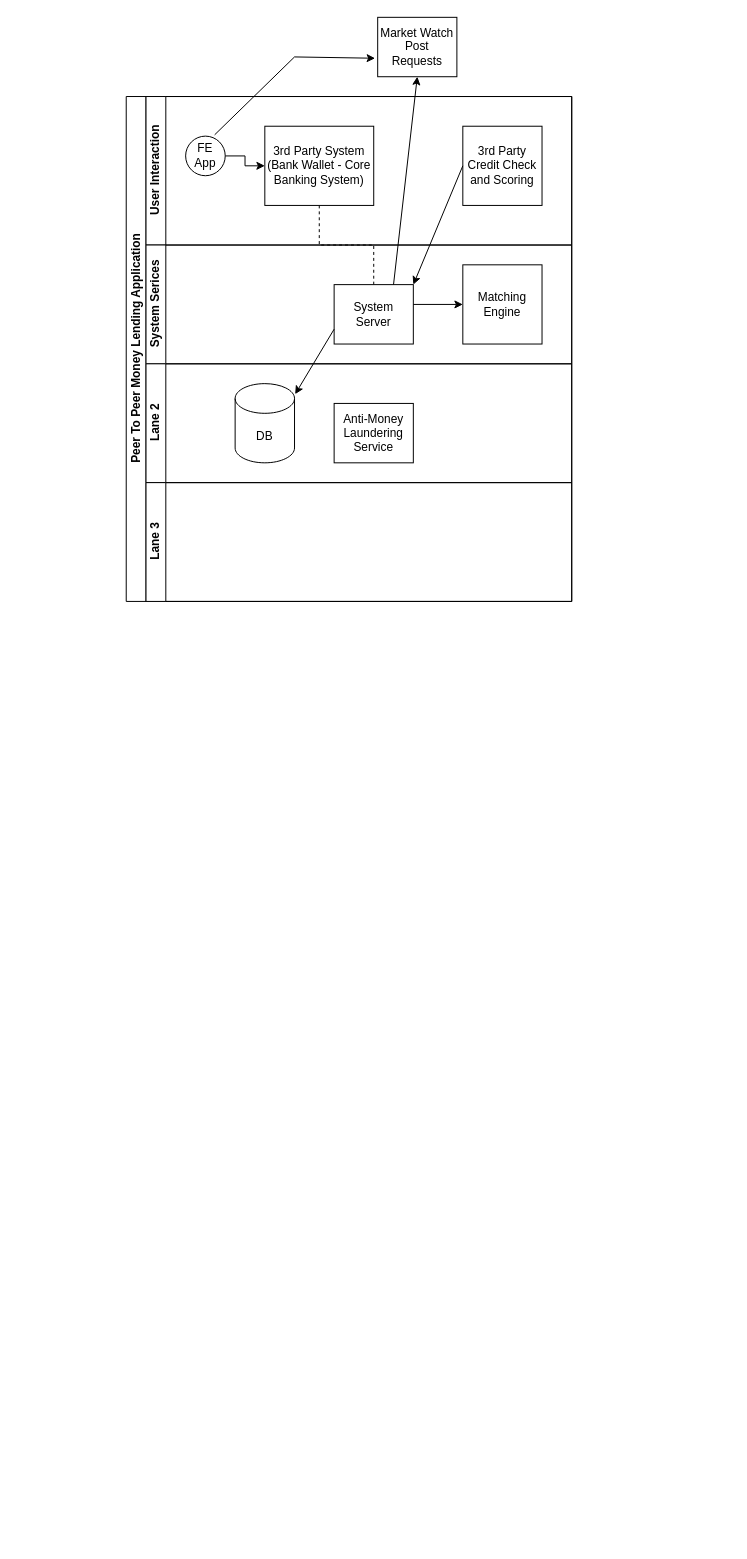
Above: src/P2P.drawio in marlonmilesmg/maven-marlon (draw.io), before the change. Source tidied: cells renumbered, new cells numbered last; positions are measured from the earlier drawing's top-left corner, leaving out a move shared by most shapes. Both pictures are drawn from the tidied source at 99%, with x=0, y=0 at pixel (126, 17).
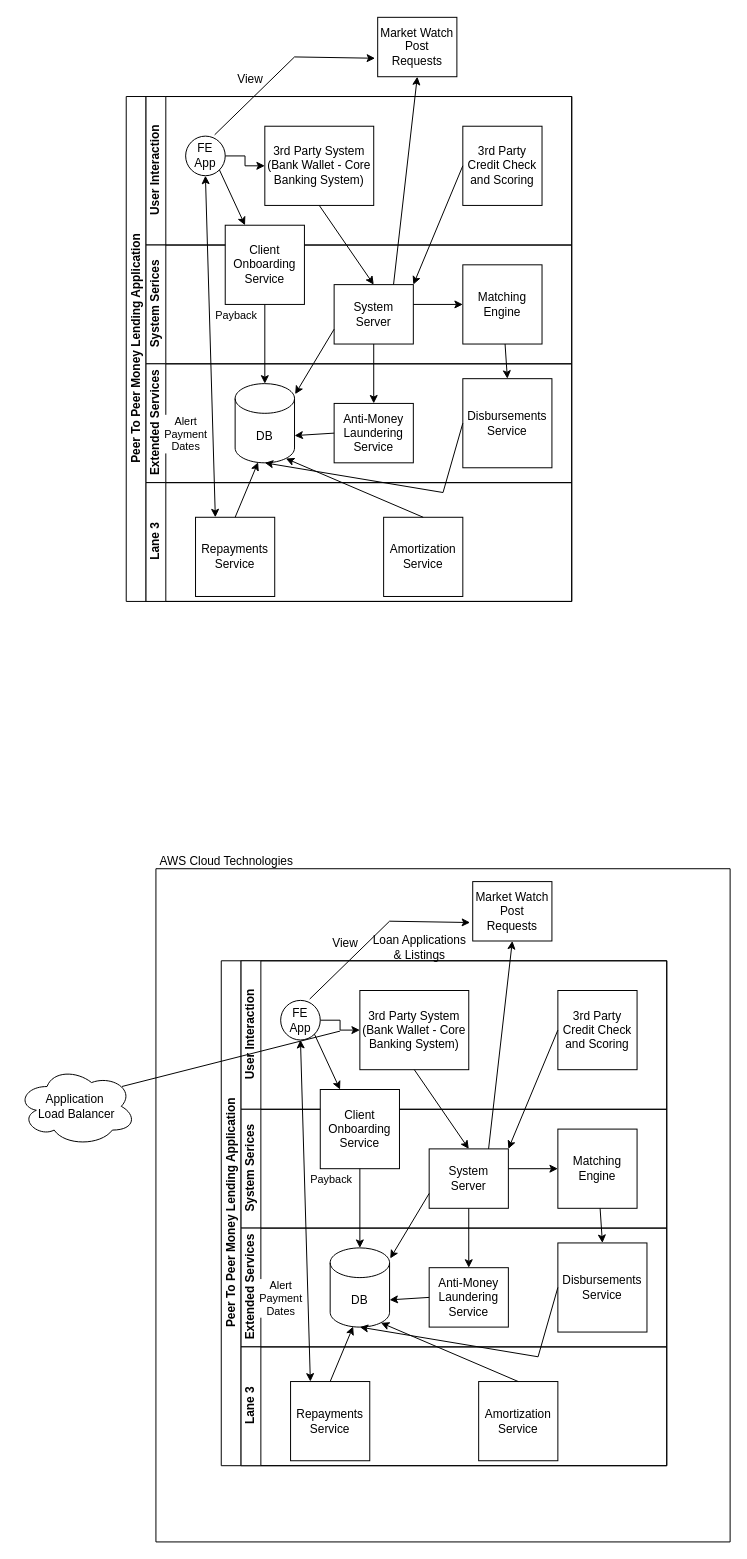
The same diagram, later.

The change refers to these unchanged cells:
```xml
<mxCell id="2" value="Peer To Peer Money Lending Application" style="swimlane;html=1;horizontal=0;startSize=20;" parent="1" vertex="1">
  <mxGeometry y="80" width="450" height="510" as="geometry" />
</mxCell>
<mxCell id="6" value="FE&lt;br&gt;App" style="ellipse;whiteSpace=wrap;html=1;" parent="4" vertex="1">
  <mxGeometry x="40" y="40" width="40" height="40" as="geometry" />
</mxCell>
<mxCell id="7" value="3rd Party System (Bank Wallet - Core Banking System)" style="rounded=0;whiteSpace=wrap;html=1;fontFamily=Helvetica;fontSize=12;fontColor=#000000;align=center;" parent="4" vertex="1">
  <mxGeometry x="120" y="30" width="110" height="80" as="geometry" />
</mxCell>
<mxCell id="9" value="System Serices" style="swimlane;html=1;startSize=20;horizontal=0;" parent="2" vertex="1">
  <mxGeometry x="20" y="150" width="430" height="120" as="geometry" />
</mxCell>
<mxCell id="10" value="System Server" style="rounded=0;whiteSpace=wrap;html=1;fontFamily=Helvetica;fontSize=12;fontColor=#000000;align=center;" parent="9" vertex="1">
  <mxGeometry x="190" y="40" width="80" height="60" as="geometry" />
</mxCell>
<mxCell id="11" value="Matching Engine" style="whiteSpace=wrap;html=1;" parent="9" vertex="1">
  <mxGeometry x="320" y="20" width="80" height="80" as="geometry" />
</mxCell>
<mxCell id="14" value="Anti-Money Laundering Service" style="rounded=0;whiteSpace=wrap;html=1;fontFamily=Helvetica;fontSize=12;fontColor=#000000;align=center;" parent="13" vertex="1">
  <mxGeometry x="190" y="40" width="80" height="60" as="geometry" />
</mxCell>
<mxCell id="15" value="DB" style="shape=cylinder3;whiteSpace=wrap;html=1;boundedLbl=1;backgroundOutline=1;size=15;" parent="13" vertex="1">
  <mxGeometry x="90" y="20" width="60" height="80" as="geometry" />
</mxCell>
<mxCell id="16" value="Lane 3" style="swimlane;html=1;startSize=20;horizontal=0;" parent="2" vertex="1">
  <mxGeometry x="20" y="390" width="430" height="120" as="geometry" />
</mxCell>
```

What changed in the source:
```diff
@@
-    <mxCell id="3" style="edgeStyle=orthogonalEdgeStyle;rounded=0;jettySize=auto;html=1;dashed=1;endArrow=none;endFill=0;" parent="2" edge="1" source="7" target="10">
-      <mxGeometry relative="1" as="geometry" />
-    </mxCell>
@@
+    <mxCell id="22" value="Client Onboarding&lt;br&gt;Service" style="whiteSpace=wrap;html=1;" parent="9" vertex="1">
+      <mxGeometry x="80" y="-20" width="80" height="80" as="geometry" />
+    </mxCell>
-    <mxCell id="13" value="Lane 2" style="swimlane;html=1;startSize=20;horizontal=0;" parent="2" vertex="1">
+    <mxCell id="13" value="Extended Services" style="swimlane;html=1;startSize=20;horizontal=0;" parent="2" vertex="1">
       <mxGeometry x="20" y="270" width="430" height="120" as="geometry" />
     </mxCell>
@@
+    <mxCell id="23" value="Disbursements&lt;br&gt;Service" style="whiteSpace=wrap;html=1;" parent="13" vertex="1">
+      <mxGeometry x="320" y="15" width="90" height="90" as="geometry" />
+    </mxCell>
+    <mxCell id="24" style="endArrow=classic;html=1;rounded=0;exitX=0;exitY=0.5;exitDx=0;exitDy=0;entryX=1;entryY=0;entryDx=0;entryDy=52.5;entryPerimeter=0;" parent="13" edge="1" source="14" target="15">
+      <mxGeometry relative="1" as="geometry" />
+    </mxCell>
+    <mxCell id="25" style="endArrow=classic;html=1;rounded=0;exitX=0;exitY=0.5;exitDx=0;exitDy=0;entryX=0.5;entryY=1;entryDx=0;entryDy=0;entryPerimeter=0;" parent="13" edge="1" source="23" target="15">
+      <mxGeometry relative="1" as="geometry">
+        <Array as="points">
+          <mxPoint x="300" y="130" />
+        </Array>
+      </mxGeometry>
+    </mxCell>
@@
+    <mxCell id="26" value="Amortization&lt;br&gt;Service" style="whiteSpace=wrap;html=1;" parent="16" vertex="1">
+      <mxGeometry x="240" y="35" width="80" height="80" as="geometry" />
+    </mxCell>
+    <mxCell id="27" value="Repayments&lt;br&gt;Service" style="whiteSpace=wrap;html=1;" parent="16" vertex="1">
+      <mxGeometry x="50" y="35" width="80" height="80" as="geometry" />
+    </mxCell>
@@
+    <mxCell id="3" style="endArrow=classic;html=1;rounded=0;exitX=0.5;exitY=1;exitDx=0;exitDy=0;entryX=0.5;entryY=0;entryDx=0;entryDy=0;" parent="2" edge="1" source="7" target="10">
+      <mxGeometry relative="1" as="geometry" />
+    </mxCell>
+    <mxCell id="28" style="endArrow=classic;html=1;rounded=0;exitX=0.5;exitY=1;exitDx=0;exitDy=0;entryX=0.5;entryY=0;entryDx=0;entryDy=0;" parent="2" edge="1" source="10" target="14">
+      <mxGeometry relative="1" as="geometry" />
+    </mxCell>
+    <mxCell id="29" style="endArrow=classic;html=1;rounded=0;entryX=0.5;entryY=0;entryDx=0;entryDy=0;" parent="2" edge="1" source="11" target="23">
+      <mxGeometry relative="1" as="geometry" />
+    </mxCell>
+    <mxCell id="30" style="endArrow=classic;html=1;rounded=0;exitX=0.5;exitY=0;exitDx=0;exitDy=0;entryX=0.855;entryY=1;entryDx=0;entryDy=-4.35;entryPerimeter=0;" parent="2" edge="1" source="26" target="15">
+      <mxGeometry relative="1" as="geometry" />
+    </mxCell>
+    <mxCell id="31" style="endArrow=classic;startArrow=classic;html=1;rounded=0;entryX=0.5;entryY=1;entryDx=0;entryDy=0;exitX=0.25;exitY=0;exitDx=0;exitDy=0;" parent="2" edge="1" source="27" target="6">
+      <mxGeometry relative="1" as="geometry" />
+    </mxCell>
+    <mxCell id="32" value="Payback" style="edgeLabel;html=1;align=center;verticalAlign=middle;" parent="31" vertex="1">
+      <mxGeometry x="0.18" y="1" relative="1" as="geometry">
+        <mxPoint x="27" y="-1" as="offset" />
+      </mxGeometry>
+    </mxCell>
+    <mxCell id="33" value="Alert&lt;br&gt;Payment&lt;br&gt;Dates" style="edgeLabel;html=1;align=center;verticalAlign=middle;" parent="31" vertex="1">
+      <mxGeometry x="0.04" relative="1" as="geometry">
+        <mxPoint x="-25" y="94" as="offset" />
+      </mxGeometry>
+    </mxCell>
+    <mxCell id="34" style="endArrow=classic;html=1;rounded=0;exitX=0.5;exitY=0;exitDx=0;exitDy=0;entryX=0.387;entryY=0.993;entryDx=0;entryDy=0;entryPerimeter=0;" parent="2" edge="1" source="27" target="15">
+      <mxGeometry relative="1" as="geometry" />
+    </mxCell>
+    <mxCell id="35" style="endArrow=classic;html=1;rounded=0;entryX=0.5;entryY=0;entryDx=0;entryDy=0;entryPerimeter=0;exitX=0.5;exitY=1;exitDx=0;exitDy=0;" parent="2" edge="1" source="22" target="15">
+      <mxGeometry relative="1" as="geometry" />
+    </mxCell>
+    <mxCell id="36" style="endArrow=classic;html=1;rounded=0;exitX=1;exitY=1;exitDx=0;exitDy=0;entryX=0.25;entryY=0;entryDx=0;entryDy=0;" parent="2" edge="1" source="6" target="22">
+      <mxGeometry relative="1" as="geometry" />
+    </mxCell>
@@
+    <mxCell id="37" value="View" style="text;html=1;align=center;verticalAlign=middle;strokeColor=none;fillColor=none;rotation=0;" parent="1" vertex="1">
+      <mxGeometry x="100" y="48" width="50" height="30" as="geometry" />
+    </mxCell>
+    <mxCell id="38" value="Peer To Peer Money Lending Application" style="swimlane;html=1;horizontal=0;startSize=20;" parent="1" vertex="1">
+      <mxGeometry x="96" y="953" width="450" height="510" as="geometry" />
+    </mxCell>
+    <mxCell id="39" value="User Interaction" style="swimlane;html=1;startSize=20;horizontal=0;" parent="38" vertex="1">
+      <mxGeometry x="20" width="430" height="150" as="geometry" />
+    </mxCell>
+    <mxCell id="40" style="edgeStyle=orthogonalEdgeStyle;rounded=0;jettySize=auto;html=1;" parent="39" edge="1" source="41" target="42">
+      <mxGeometry relative="1" as="geometry" />
+    </mxCell>
+    <mxCell id="41" value="FE&lt;br&gt;App" style="ellipse;whiteSpace=wrap;html=1;" parent="39" vertex="1">
+      <mxGeometry x="40" y="40" width="40" height="40" as="geometry" />
+    </mxCell>
+    <mxCell id="42" value="3rd Party System (Bank Wallet - Core Banking System)" style="rounded=0;whiteSpace=wrap;html=1;fontFamily=Helvetica;fontSize=12;fontColor=#000000;align=center;" parent="39" vertex="1">
+      <mxGeometry x="120" y="30" width="110" height="80" as="geometry" />
+    </mxCell>
+    <mxCell id="43" value="3rd Party Credit Check and Scoring" style="whiteSpace=wrap;html=1;" parent="39" vertex="1">
+      <mxGeometry x="320" y="30" width="80" height="80" as="geometry" />
+    </mxCell>
+    <mxCell id="44" value="System Serices" style="swimlane;html=1;startSize=20;horizontal=0;" parent="38" vertex="1">
+      <mxGeometry x="20" y="150" width="430" height="120" as="geometry" />
+    </mxCell>
+    <mxCell id="45" value="System Server" style="rounded=0;whiteSpace=wrap;html=1;fontFamily=Helvetica;fontSize=12;fontColor=#000000;align=center;" parent="44" vertex="1">
+      <mxGeometry x="190" y="40" width="80" height="60" as="geometry" />
+    </mxCell>
+    <mxCell id="46" value="Matching Engine" style="whiteSpace=wrap;html=1;" parent="44" vertex="1">
+      <mxGeometry x="320" y="20" width="80" height="80" as="geometry" />
+    </mxCell>
+    <mxCell id="47" style="endArrow=classic;html=1;rounded=0;entryX=0;entryY=0.5;entryDx=0;entryDy=0;" parent="44" edge="1" target="46">
+      <mxGeometry relative="1" as="geometry">
+        <mxPoint x="270" y="60" as="sourcePoint" />
+      </mxGeometry>
+    </mxCell>
+    <mxCell id="48" value="Client Onboarding&lt;br&gt;Service" style="whiteSpace=wrap;html=1;" parent="44" vertex="1">
+      <mxGeometry x="80" y="-20" width="80" height="80" as="geometry" />
+    </mxCell>
+    <mxCell id="49" value="Extended Services" style="swimlane;html=1;startSize=20;horizontal=0;" parent="38" vertex="1">
+      <mxGeometry x="20" y="270" width="430" height="120" as="geometry" />
+    </mxCell>
+    <mxCell id="50" value="Anti-Money Laundering Service" style="rounded=0;whiteSpace=wrap;html=1;fontFamily=Helvetica;fontSize=12;fontColor=#000000;align=center;" parent="49" vertex="1">
+      <mxGeometry x="190" y="40" width="80" height="60" as="geometry" />
+    </mxCell>
+    <mxCell id="51" value="DB" style="shape=cylinder3;whiteSpace=wrap;html=1;boundedLbl=1;backgroundOutline=1;size=15;" parent="49" vertex="1">
+      <mxGeometry x="90" y="20" width="60" height="80" as="geometry" />
+    </mxCell>
+    <mxCell id="52" value="Disbursements&lt;br&gt;Service" style="whiteSpace=wrap;html=1;" parent="49" vertex="1">
+      <mxGeometry x="320" y="15" width="90" height="90" as="geometry" />
+    </mxCell>
+    <mxCell id="53" style="endArrow=classic;html=1;rounded=0;exitX=0;exitY=0.5;exitDx=0;exitDy=0;entryX=1;entryY=0;entryDx=0;entryDy=52.5;entryPerimeter=0;" parent="49" edge="1" source="50" target="51">
+      <mxGeometry relative="1" as="geometry" />
+    </mxCell>
+    <mxCell id="54" style="endArrow=classic;html=1;rounded=0;exitX=0;exitY=0.5;exitDx=0;exitDy=0;entryX=0.5;entryY=1;entryDx=0;entryDy=0;entryPerimeter=0;" parent="49" edge="1" source="52" target="51">
+      <mxGeometry relative="1" as="geometry">
+        <Array as="points">
+          <mxPoint x="300" y="130" />
+        </Array>
+      </mxGeometry>
+    </mxCell>
+    <mxCell id="55" value="Lane 3" style="swimlane;html=1;startSize=20;horizontal=0;" parent="38" vertex="1">
+      <mxGeometry x="20" y="390" width="430" height="120" as="geometry" />
+    </mxCell>
+    <mxCell id="56" value="Amortization&lt;br&gt;Service" style="whiteSpace=wrap;html=1;" parent="55" vertex="1">
+      <mxGeometry x="240" y="35" width="80" height="80" as="geometry" />
+    </mxCell>
+    <mxCell id="57" value="Repayments&lt;br&gt;Service" style="whiteSpace=wrap;html=1;" parent="55" vertex="1">
+      <mxGeometry x="50" y="35" width="80" height="80" as="geometry" />
+    </mxCell>
+    <mxCell id="58" style="endArrow=classic;html=1;rounded=0;exitX=0;exitY=0.75;exitDx=0;exitDy=0;entryX=1.011;entryY=0.133;entryDx=0;entryDy=0;entryPerimeter=0;" parent="38" edge="1" source="45" target="51">
+      <mxGeometry relative="1" as="geometry" />
+    </mxCell>
+    <mxCell id="59" style="endArrow=classic;html=1;rounded=0;exitX=0;exitY=0.5;exitDx=0;exitDy=0;entryX=1;entryY=0;entryDx=0;entryDy=0;" parent="38" edge="1" source="43" target="45">
+      <mxGeometry relative="1" as="geometry" />
+    </mxCell>
+    <mxCell id="60" style="endArrow=classic;html=1;rounded=0;exitX=0.5;exitY=1;exitDx=0;exitDy=0;entryX=0.5;entryY=0;entryDx=0;entryDy=0;" parent="38" edge="1" source="42" target="45">
+      <mxGeometry relative="1" as="geometry" />
+    </mxCell>
+    <mxCell id="61" style="endArrow=classic;html=1;rounded=0;exitX=0.5;exitY=1;exitDx=0;exitDy=0;entryX=0.5;entryY=0;entryDx=0;entryDy=0;" parent="38" edge="1" source="45" target="50">
+      <mxGeometry relative="1" as="geometry" />
+    </mxCell>
+    <mxCell id="62" style="endArrow=classic;html=1;rounded=0;entryX=0.5;entryY=0;entryDx=0;entryDy=0;" parent="38" edge="1" source="46" target="52">
+      <mxGeometry relative="1" as="geometry" />
+    </mxCell>
+    <mxCell id="63" style="endArrow=classic;html=1;rounded=0;exitX=0.5;exitY=0;exitDx=0;exitDy=0;entryX=0.855;entryY=1;entryDx=0;entryDy=-4.35;entryPerimeter=0;" parent="38" edge="1" source="56" target="51">
+      <mxGeometry relative="1" as="geometry" />
+    </mxCell>
+    <mxCell id="64" style="endArrow=classic;startArrow=classic;html=1;rounded=0;entryX=0.5;entryY=1;entryDx=0;entryDy=0;exitX=0.25;exitY=0;exitDx=0;exitDy=0;" parent="38" edge="1" source="57" target="41">
+      <mxGeometry relative="1" as="geometry" />
+    </mxCell>
+    <mxCell id="65" value="Payback" style="edgeLabel;html=1;align=center;verticalAlign=middle;" parent="64" vertex="1">
+      <mxGeometry x="0.18" y="1" relative="1" as="geometry">
+        <mxPoint x="27" y="-1" as="offset" />
+      </mxGeometry>
+    </mxCell>
+    <mxCell id="66" value="Alert&lt;br&gt;Payment&lt;br&gt;Dates" style="edgeLabel;html=1;align=center;verticalAlign=middle;" parent="64" vertex="1">
+      <mxGeometry x="0.04" relative="1" as="geometry">
+        <mxPoint x="-25" y="94" as="offset" />
+      </mxGeometry>
+    </mxCell>
+    <mxCell id="67" style="endArrow=classic;html=1;rounded=0;exitX=0.5;exitY=0;exitDx=0;exitDy=0;entryX=0.387;entryY=0.993;entryDx=0;entryDy=0;entryPerimeter=0;" parent="38" edge="1" source="57" target="51">
+      <mxGeometry relative="1" as="geometry" />
+    </mxCell>
+    <mxCell id="68" style="endArrow=classic;html=1;rounded=0;entryX=0.5;entryY=0;entryDx=0;entryDy=0;entryPerimeter=0;exitX=0.5;exitY=1;exitDx=0;exitDy=0;" parent="38" edge="1" source="48" target="51">
+      <mxGeometry relative="1" as="geometry" />
+    </mxCell>
+    <mxCell id="69" style="endArrow=classic;html=1;rounded=0;exitX=1;exitY=1;exitDx=0;exitDy=0;entryX=0.25;entryY=0;entryDx=0;entryDy=0;" parent="38" edge="1" source="41" target="48">
+      <mxGeometry relative="1" as="geometry" />
+    </mxCell>
+    <mxCell id="70" value="Market Watch&lt;br&gt;Post Requests" style="rounded=0;whiteSpace=wrap;html=1;fontFamily=Helvetica;fontSize=12;fontColor=#000000;align=center;" parent="1" vertex="1">
+      <mxGeometry x="350" y="873" width="80" height="60" as="geometry" />
+    </mxCell>
+    <mxCell id="71" style="endArrow=classic;html=1;rounded=0;exitX=0.733;exitY=-0.033;exitDx=0;exitDy=0;exitPerimeter=0;entryX=-0.033;entryY=0.689;entryDx=0;entryDy=0;entryPerimeter=0;" parent="1" edge="1" source="41" target="70">
+      <mxGeometry relative="1" as="geometry">
+        <Array as="points">
+          <mxPoint x="266" y="913" />
+        </Array>
+      </mxGeometry>
+    </mxCell>
+    <mxCell id="72" style="endArrow=classic;html=1;rounded=0;exitX=0.75;exitY=0;exitDx=0;exitDy=0;entryX=0.5;entryY=1;entryDx=0;entryDy=0;" parent="1" edge="1" source="45" target="70">
+      <mxGeometry relative="1" as="geometry" />
+    </mxCell>
+    <mxCell id="73" value="View" style="text;html=1;align=center;verticalAlign=middle;strokeColor=none;fillColor=none;rotation=0;" parent="1" vertex="1">
+      <mxGeometry x="196" y="921" width="50" height="30" as="geometry" />
+    </mxCell>
+    <mxCell id="74" style="swimlane;startSize=0;" parent="1" vertex="1">
+      <mxGeometry x="30" y="860" width="580" height="680" as="geometry" />
+    </mxCell>
+    <mxCell id="75" value="Loan Applications&lt;br&gt;&amp;amp; Listings" style="text;html=1;align=center;verticalAlign=middle;strokeColor=none;fillColor=none;" parent="74" vertex="1">
+      <mxGeometry x="206" y="60" width="120" height="40" as="geometry" />
+    </mxCell>
+    <mxCell id="76" value="AWS Cloud Technologies" style="text;html=1;align=center;verticalAlign=middle;strokeColor=none;fillColor=none;" parent="1" vertex="1">
+      <mxGeometry x="21" y="838" width="160" height="30" as="geometry" />
+    </mxCell>
+    <mxCell id="77" value="Application&amp;nbsp;&lt;br&gt;Load Balancer" style="ellipse;shape=cloud;whiteSpace=wrap;html=1;" parent="1" vertex="1">
+      <mxGeometry x="-110" y="1060" width="120" height="80" as="geometry" />
+    </mxCell>
+    <mxCell id="78" style="endArrow=none;html=1;rounded=0;exitX=0.88;exitY=0.25;exitDx=0;exitDy=0;exitPerimeter=0;" parent="1" edge="1" source="77">
+      <mxGeometry relative="1" as="geometry">
+        <mxPoint x="216" y="1024" as="targetPoint" />
+      </mxGeometry>
+    </mxCell>
```
